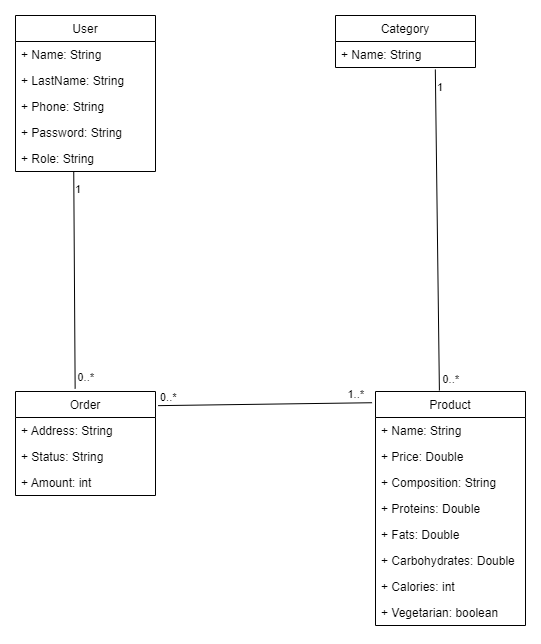
The draw.io diagram Diagrams/Диаграмма классов (Class diagram)/Диаграмма классов.png in Zelelo622/TP-4.1-2, before a commit. Source tidied: cells renumbered, new cells last; positions are measured from the earlier drawing's top-left corner, leaving out a move shared by most shapes.
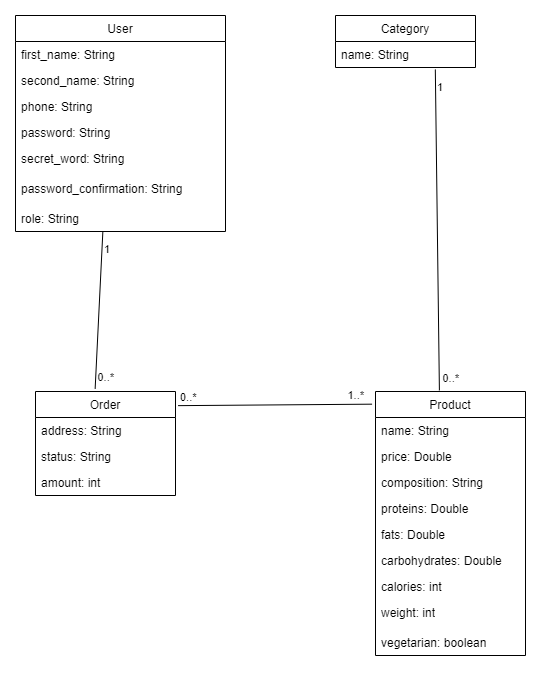
Above is the later version.

Commit message:
обновлены диаграммы классов и объектов

The edit, as a diff of the source:
```diff
@@ -3,66 +3,75 @@
     <mxCell id="0" />
     <mxCell id="1" parent="0" />
     <mxCell id="2" value="User" style="swimlane;fontStyle=0;horizontal=1;startSize=26;fillColor=none;" parent="1" vertex="1">
-      <mxGeometry width="140" height="156" as="geometry" />
+      <mxGeometry width="210" height="216" as="geometry" />
     </mxCell>
-    <mxCell id="3" value="+ Name: String" style="text;strokeColor=none;fillColor=none;align=left;verticalAlign=top;spacingLeft=4;spacingRight=4;overflow=hidden;" parent="2" vertex="1">
-      <mxGeometry y="26" width="140" height="26" as="geometry" />
+    <mxCell id="3" value="first_name: String" style="text;strokeColor=none;fillColor=none;align=left;verticalAlign=top;spacingLeft=4;spacingRight=4;overflow=hidden;" parent="2" vertex="1">
+      <mxGeometry y="26" width="210" height="26" as="geometry" />
     </mxCell>
-    <mxCell id="4" value="+ LastName: String" style="text;strokeColor=none;fillColor=none;align=left;verticalAlign=top;spacingLeft=4;spacingRight=4;overflow=hidden;" parent="2" vertex="1">
-      <mxGeometry y="52" width="140" height="26" as="geometry" />
+    <mxCell id="4" value="second_name: String" style="text;strokeColor=none;fillColor=none;align=left;verticalAlign=top;spacingLeft=4;spacingRight=4;overflow=hidden;" parent="2" vertex="1">
+      <mxGeometry y="52" width="210" height="26" as="geometry" />
     </mxCell>
-    <mxCell id="5" value="+ Phone: String" style="text;strokeColor=none;fillColor=none;align=left;verticalAlign=top;spacingLeft=4;spacingRight=4;overflow=hidden;" parent="2" vertex="1">
-      <mxGeometry y="78" width="140" height="26" as="geometry" />
+    <mxCell id="5" value="phone: String" style="text;strokeColor=none;fillColor=none;align=left;verticalAlign=top;spacingLeft=4;spacingRight=4;overflow=hidden;" parent="2" vertex="1">
+      <mxGeometry y="78" width="210" height="26" as="geometry" />
     </mxCell>
-    <mxCell id="6" value="+ Password: String" style="text;strokeColor=none;fillColor=none;align=left;verticalAlign=top;spacingLeft=4;spacingRight=4;overflow=hidden;" parent="2" vertex="1">
-      <mxGeometry y="104" width="140" height="26" as="geometry" />
+    <mxCell id="6" value="password: String" style="text;strokeColor=none;fillColor=none;align=left;verticalAlign=top;spacingLeft=4;spacingRight=4;overflow=hidden;" parent="2" vertex="1">
+      <mxGeometry y="104" width="210" height="26" as="geometry" />
     </mxCell>
+    <mxCell id="32" value="secret_word: String" style="text;strokeColor=none;fillColor=none;spacingLeft=4;spacingRight=4;overflow=hidden;fontSize=12;whiteSpace=wrap;html=1;" parent="2" vertex="1">
+      <mxGeometry y="130" width="210" height="30" as="geometry" />
+    </mxCell>
+    <mxCell id="33" value="password_сonfirmation: String" style="text;strokeColor=none;fillColor=none;spacingLeft=4;spacingRight=4;overflow=hidden;fontSize=12;whiteSpace=wrap;html=1;" parent="2" vertex="1">
+      <mxGeometry y="160" width="210" height="30" as="geometry" />
+    </mxCell>
-    <mxCell id="7" value="+ Role: String" style="text;strokeColor=none;fillColor=none;align=left;verticalAlign=top;spacingLeft=4;spacingRight=4;overflow=hidden;points=[[0,0.5],[1,0.5]];portConstraint=eastwest;" parent="2" vertex="1">
-      <mxGeometry y="130" width="140" height="26" as="geometry" />
+    <mxCell id="7" value="role: String" style="text;strokeColor=none;fillColor=none;align=left;verticalAlign=top;spacingLeft=4;spacingRight=4;overflow=hidden;points=[[0,0.5],[1,0.5]];portConstraint=eastwest;" parent="2" vertex="1">
+      <mxGeometry y="190" width="210" height="26" as="geometry" />
     </mxCell>
     <mxCell id="8" value="Category" style="swimlane;fontStyle=0;horizontal=1;startSize=26;fillColor=none;" parent="1" vertex="1">
       <mxGeometry x="320" width="140" height="52" as="geometry" />
     </mxCell>
-    <mxCell id="9" value="+ Name: String" style="text;strokeColor=none;fillColor=none;align=left;verticalAlign=top;spacingLeft=4;spacingRight=4;overflow=hidden;points=[[0,0.5],[1,0.5]];portConstraint=eastwest;" parent="8" vertex="1">
+    <mxCell id="9" value="name: String" style="text;strokeColor=none;fillColor=none;align=left;verticalAlign=top;spacingLeft=4;spacingRight=4;overflow=hidden;points=[[0,0.5],[1,0.5]];portConstraint=eastwest;" parent="8" vertex="1">
       <mxGeometry y="26" width="140" height="26" as="geometry" />
     </mxCell>
     <mxCell id="10" value="Product" style="swimlane;fontStyle=0;horizontal=1;startSize=26;fillColor=none;" parent="1" vertex="1">
-      <mxGeometry x="360" y="376" width="150" height="234" as="geometry" />
+      <mxGeometry x="360" y="376" width="150" height="264" as="geometry" />
     </mxCell>
-    <mxCell id="11" value="+ Name: String" style="text;strokeColor=none;fillColor=none;align=left;verticalAlign=top;spacingLeft=4;spacingRight=4;overflow=hidden;" parent="10" vertex="1">
+    <mxCell id="11" value="name: String" style="text;strokeColor=none;fillColor=none;align=left;verticalAlign=top;spacingLeft=4;spacingRight=4;overflow=hidden;" parent="10" vertex="1">
       <mxGeometry y="26" width="150" height="26" as="geometry" />
     </mxCell>
-    <mxCell id="12" value="+ Price: Double" style="text;strokeColor=none;fillColor=none;align=left;verticalAlign=top;spacingLeft=4;spacingRight=4;overflow=hidden;" parent="10" vertex="1">
+    <mxCell id="12" value="price: Double" style="text;strokeColor=none;fillColor=none;align=left;verticalAlign=top;spacingLeft=4;spacingRight=4;overflow=hidden;" parent="10" vertex="1">
       <mxGeometry y="52" width="150" height="26" as="geometry" />
     </mxCell>
-    <mxCell id="13" value="+ Composition: String" style="text;strokeColor=none;fillColor=none;align=left;verticalAlign=top;spacingLeft=4;spacingRight=4;overflow=hidden;" parent="10" vertex="1">
+    <mxCell id="13" value="composition: String" style="text;strokeColor=none;fillColor=none;align=left;verticalAlign=top;spacingLeft=4;spacingRight=4;overflow=hidden;" parent="10" vertex="1">
       <mxGeometry y="78" width="150" height="26" as="geometry" />
     </mxCell>
-    <mxCell id="14" value="+ Proteins: Double" style="text;strokeColor=none;fillColor=none;align=left;verticalAlign=top;spacingLeft=4;spacingRight=4;overflow=hidden;" parent="10" vertex="1">
+    <mxCell id="14" value="proteins: Double" style="text;strokeColor=none;fillColor=none;align=left;verticalAlign=top;spacingLeft=4;spacingRight=4;overflow=hidden;" parent="10" vertex="1">
       <mxGeometry y="104" width="150" height="26" as="geometry" />
     </mxCell>
-    <mxCell id="15" value="+ Fats: Double" style="text;strokeColor=none;fillColor=none;align=left;verticalAlign=top;spacingLeft=4;spacingRight=4;overflow=hidden;" parent="10" vertex="1">
+    <mxCell id="15" value="fats: Double" style="text;strokeColor=none;fillColor=none;align=left;verticalAlign=top;spacingLeft=4;spacingRight=4;overflow=hidden;" parent="10" vertex="1">
       <mxGeometry y="130" width="150" height="26" as="geometry" />
     </mxCell>
-    <mxCell id="16" value="+ Carbohydrates: Double" style="text;strokeColor=none;fillColor=none;align=left;verticalAlign=top;spacingLeft=4;spacingRight=4;overflow=hidden;" parent="10" vertex="1">
+    <mxCell id="16" value="carbohydrates: Double" style="text;strokeColor=none;fillColor=none;align=left;verticalAlign=top;spacingLeft=4;spacingRight=4;overflow=hidden;" parent="10" vertex="1">
       <mxGeometry y="156" width="150" height="26" as="geometry" />
     </mxCell>
-    <mxCell id="17" value="+ Calories: int" style="text;strokeColor=none;fillColor=none;align=left;verticalAlign=top;spacingLeft=4;spacingRight=4;overflow=hidden;" parent="10" vertex="1">
+    <mxCell id="17" value="calories: int" style="text;strokeColor=none;fillColor=none;align=left;verticalAlign=top;spacingLeft=4;spacingRight=4;overflow=hidden;" parent="10" vertex="1">
       <mxGeometry y="182" width="150" height="26" as="geometry" />
     </mxCell>
+    <mxCell id="34" value="weight: int" style="text;strokeColor=none;fillColor=none;spacingLeft=4;spacingRight=4;overflow=hidden;fontSize=12;whiteSpace=wrap;html=1;" parent="10" vertex="1">
+      <mxGeometry y="208" width="150" height="30" as="geometry" />
+    </mxCell>
-    <mxCell id="18" value="+ Vegetarian: boolean" style="text;strokeColor=none;fillColor=none;align=left;verticalAlign=top;spacingLeft=4;spacingRight=4;overflow=hidden;" parent="10" vertex="1">
-      <mxGeometry y="208" width="150" height="26" as="geometry" />
+    <mxCell id="18" value="vegetarian: boolean" style="text;strokeColor=none;fillColor=none;align=left;verticalAlign=top;spacingLeft=4;spacingRight=4;overflow=hidden;" parent="10" vertex="1">
+      <mxGeometry y="238" width="150" height="26" as="geometry" />
     </mxCell>
     <mxCell id="19" value="Order" style="swimlane;fontStyle=0;horizontal=1;startSize=26;fillColor=none;" parent="1" vertex="1">
-      <mxGeometry y="376" width="140" height="104" as="geometry" />
+      <mxGeometry x="20" y="376" width="140" height="104" as="geometry" />
     </mxCell>
-    <mxCell id="20" value="+ Address: String" style="text;strokeColor=none;fillColor=none;align=left;verticalAlign=top;spacingLeft=4;spacingRight=4;overflow=hidden;" parent="19" vertex="1">
+    <mxCell id="20" value="address: String" style="text;strokeColor=none;fillColor=none;align=left;verticalAlign=top;spacingLeft=4;spacingRight=4;overflow=hidden;" parent="19" vertex="1">
       <mxGeometry y="26" width="140" height="26" as="geometry" />
     </mxCell>
-    <mxCell id="21" value="+ Status: String" style="text;strokeColor=none;fillColor=none;align=left;verticalAlign=top;spacingLeft=4;spacingRight=4;overflow=hidden;" parent="19" vertex="1">
+    <mxCell id="21" value="status: String" style="text;strokeColor=none;fillColor=none;align=left;verticalAlign=top;spacingLeft=4;spacingRight=4;overflow=hidden;" parent="19" vertex="1">
       <mxGeometry y="52" width="140" height="26" as="geometry" />
     </mxCell>
-    <mxCell id="22" value="+ Amount: int" style="text;strokeColor=none;fillColor=none;align=left;verticalAlign=top;spacingLeft=4;spacingRight=4;overflow=hidden;" parent="19" vertex="1">
+    <mxCell id="22" value="amount: int" style="text;strokeColor=none;fillColor=none;align=left;verticalAlign=top;spacingLeft=4;spacingRight=4;overflow=hidden;" parent="19" vertex="1">
       <mxGeometry y="78" width="140" height="26" as="geometry" />
     </mxCell>
     <mxCell id="23" style="endArrow=none;html=1;rounded=0;entryX=-0.023;entryY=0.048;entryDx=0;entryDy=0;entryPerimeter=0;exitX=1.019;exitY=0.136;exitDx=0;exitDy=0;exitPerimeter=0;" parent="1" edge="1" source="19" target="10">
```
